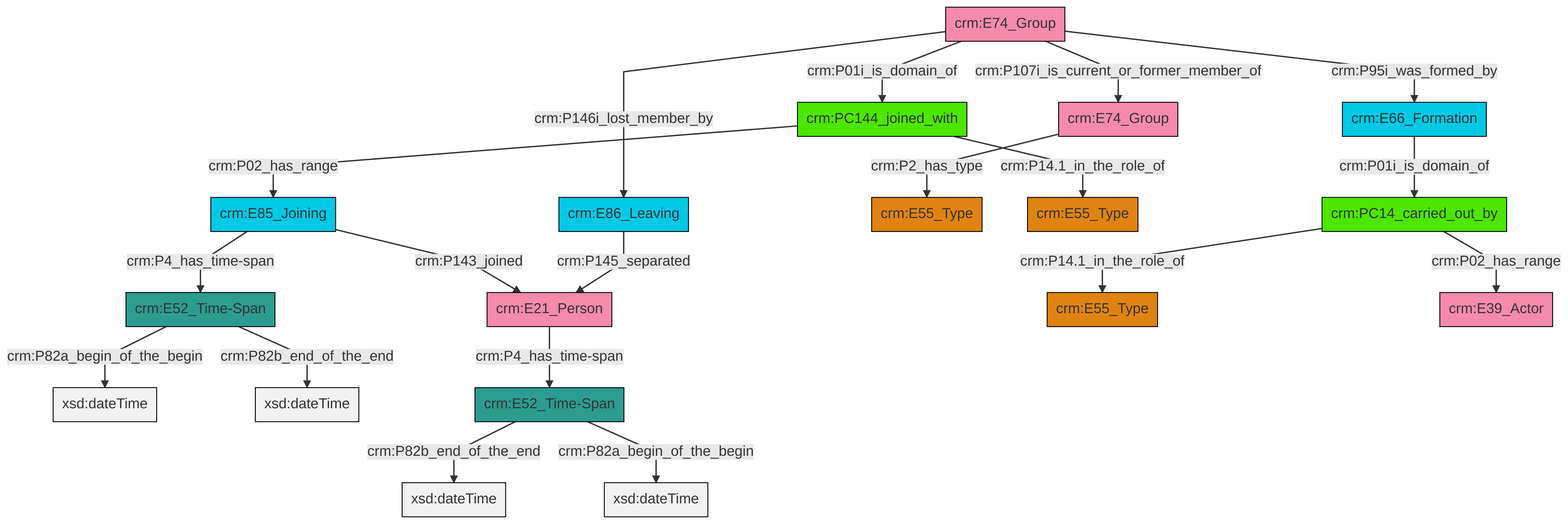
Above: et/groupCSV/ttl/mmd/png/group_actor_relations.png in swiss-art-research-net/docs.swissartresearch (Mermaid), before the change. Its source is kept beside it as et/groupCSV/ttl/mmd/group_actor_relations.ttl.mmd.
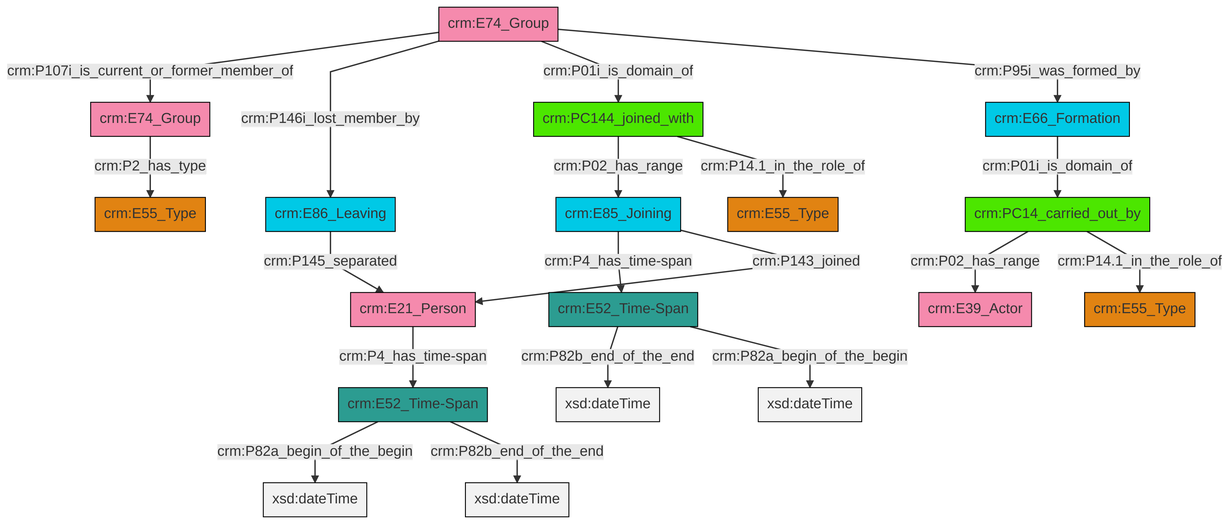
The same file after the commit.

The edit, as a diff of the source:
```diff
@@ -13,21 +13,21 @@
 classDef PC_Classes fill:#4ce600, stroke:#000000;
 classDef Multi fill:#cccccc,stroke:#000000;
 
-0["crm:E66_Formation"]:::Temporal_Entity -->|crm:P01i_is_domain_of| 1["crm:PC14_carried_out_by"]:::PC_Classes
-2["crm:E85_Joining"]:::Temporal_Entity -->|crm:P4_has_time-span| 3["crm:E52_Time-Span"]:::Time-Span
-8["crm:E74_Group"]:::Actor -->|crm:P2_has_type| 9["crm:E55_Type"]:::Type
-11["crm:E74_Group"]:::Actor -->|crm:P01i_is_domain_of| 6["crm:PC144_joined_with"]:::PC_Classes
-3["crm:E52_Time-Span"]:::Time-Span -->|crm:P82a_begin_of_the_begin| 13[xsd:dateTime]:::Literal
-1["crm:PC14_carried_out_by"]:::PC_Classes -->|crm:P14.1_in_the_role_of| 14["crm:E55_Type"]:::Type
-3["crm:E52_Time-Span"]:::Time-Span -->|crm:P82b_end_of_the_end| 17[xsd:dateTime]:::Literal
-4["crm:E21_Person"]:::Actor -->|crm:P4_has_time-span| 20["crm:E52_Time-Span"]:::Time-Span
-2["crm:E85_Joining"]:::Temporal_Entity -->|crm:P143_joined| 4["crm:E21_Person"]:::Actor
-6["crm:PC144_joined_with"]:::PC_Classes -->|crm:P02_has_range| 2["crm:E85_Joining"]:::Temporal_Entity
-6["crm:PC144_joined_with"]:::PC_Classes -->|crm:P14.1_in_the_role_of| 21["crm:E55_Type"]:::Type
-23["crm:E86_Leaving"]:::Temporal_Entity -->|crm:P145_separated| 4["crm:E21_Person"]:::Actor
-11["crm:E74_Group"]:::Actor -->|crm:P107i_is_current_or_former_member_of| 8["crm:E74_Group"]:::Actor
-11["crm:E74_Group"]:::Actor -->|crm:P95i_was_formed_by| 0["crm:E66_Formation"]:::Temporal_Entity
-11["crm:E74_Group"]:::Actor -->|crm:P146i_lost_member_by| 23["crm:E86_Leaving"]:::Temporal_Entity
-20["crm:E52_Time-Span"]:::Time-Span -->|crm:P82b_end_of_the_end| 29[xsd:dateTime]:::Literal
-1["crm:PC14_carried_out_by"]:::PC_Classes -->|crm:P02_has_range| 18["crm:E39_Actor"]:::Actor
-20["crm:E52_Time-Span"]:::Time-Span -->|crm:P82a_begin_of_the_begin| 34[xsd:dateTime]:::Literal
+2["crm:E52_Time-Span"]:::Time-Span -->|crm:P82a_begin_of_the_begin| 3[xsd:dateTime]:::Literal
+4["crm:E86_Leaving"]:::Temporal_Entity -->|crm:P145_separated| 5["crm:E21_Person"]:::Actor
+5["crm:E21_Person"]:::Actor -->|crm:P4_has_time-span| 2["crm:E52_Time-Span"]:::Time-Span
+0["crm:PC14_carried_out_by"]:::PC_Classes -->|crm:P02_has_range| 6["crm:E39_Actor"]:::Actor
+7["crm:PC144_joined_with"]:::PC_Classes -->|crm:P02_has_range| 8["crm:E85_Joining"]:::Temporal_Entity
+0["crm:PC14_carried_out_by"]:::PC_Classes -->|crm:P14.1_in_the_role_of| 11["crm:E55_Type"]:::Type
+8["crm:E85_Joining"]:::Temporal_Entity -->|crm:P4_has_time-span| 16["crm:E52_Time-Span"]:::Time-Span
+17["crm:E66_Formation"]:::Temporal_Entity -->|crm:P01i_is_domain_of| 0["crm:PC14_carried_out_by"]:::PC_Classes
+19["crm:E74_Group"]:::Actor -->|crm:P107i_is_current_or_former_member_of| 9["crm:E74_Group"]:::Actor
+16["crm:E52_Time-Span"]:::Time-Span -->|crm:P82b_end_of_the_end| 20[xsd:dateTime]:::Literal
+19["crm:E74_Group"]:::Actor -->|crm:P146i_lost_member_by| 4["crm:E86_Leaving"]:::Temporal_Entity
+2["crm:E52_Time-Span"]:::Time-Span -->|crm:P82b_end_of_the_end| 23[xsd:dateTime]:::Literal
+9["crm:E74_Group"]:::Actor -->|crm:P2_has_type| 25["crm:E55_Type"]:::Type
+16["crm:E52_Time-Span"]:::Time-Span -->|crm:P82a_begin_of_the_begin| 26[xsd:dateTime]:::Literal
+19["crm:E74_Group"]:::Actor -->|crm:P01i_is_domain_of| 7["crm:PC144_joined_with"]:::PC_Classes
+8["crm:E85_Joining"]:::Temporal_Entity -->|crm:P143_joined| 5["crm:E21_Person"]:::Actor
+19["crm:E74_Group"]:::Actor -->|crm:P95i_was_formed_by| 17["crm:E66_Formation"]:::Temporal_Entity
+7["crm:PC144_joined_with"]:::PC_Classes -->|crm:P14.1_in_the_role_of| 14["crm:E55_Type"]:::Type
```
